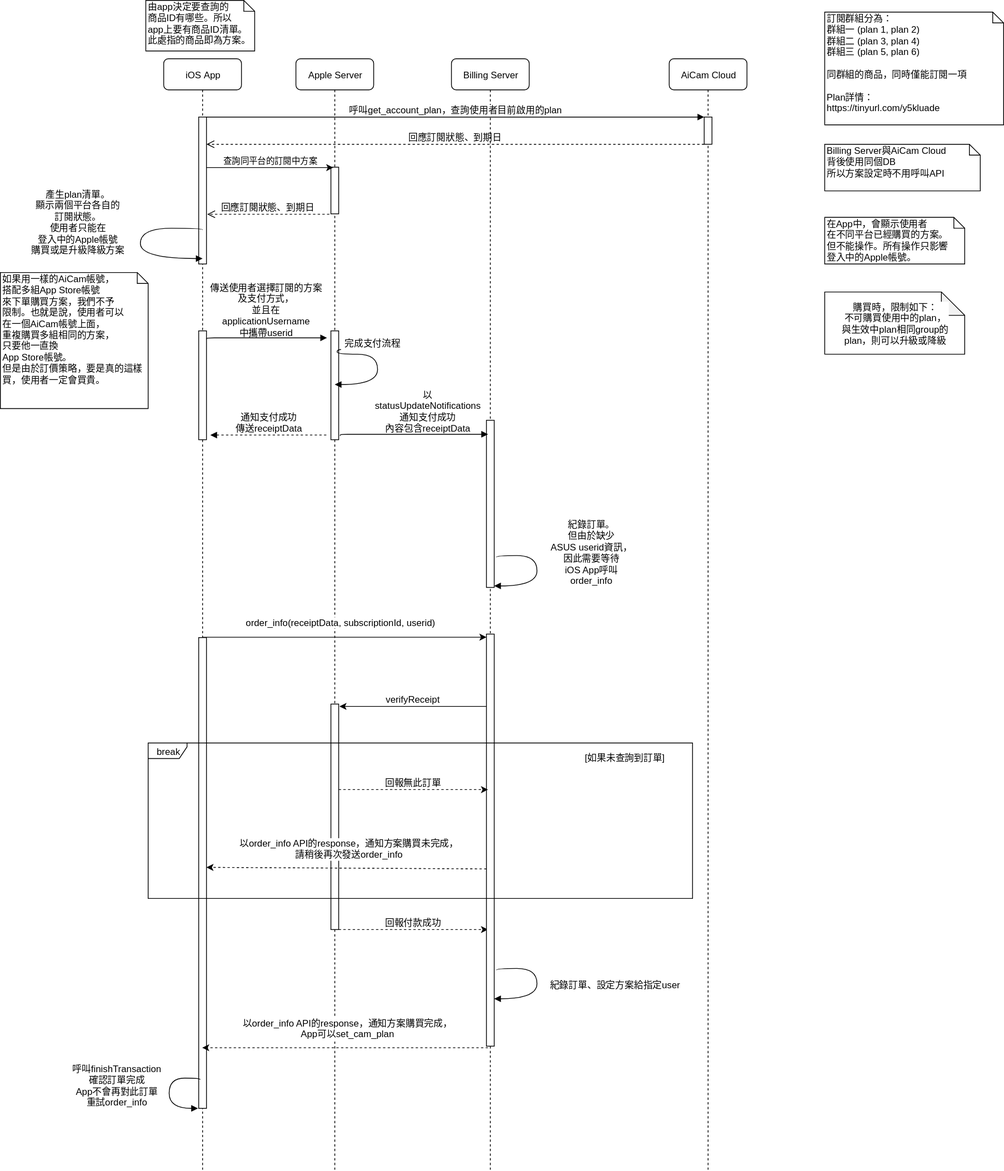
This is aicam_cloud_in_app_purchases-purchase (iOS).svg from buddisattva/aicam.github.io, a draw.io export, as it was before one commit. Source tidied: cells renumbered, new cells last; positions are measured from the earlier drawing's top-left corner, leaving out a move shared by most shapes.
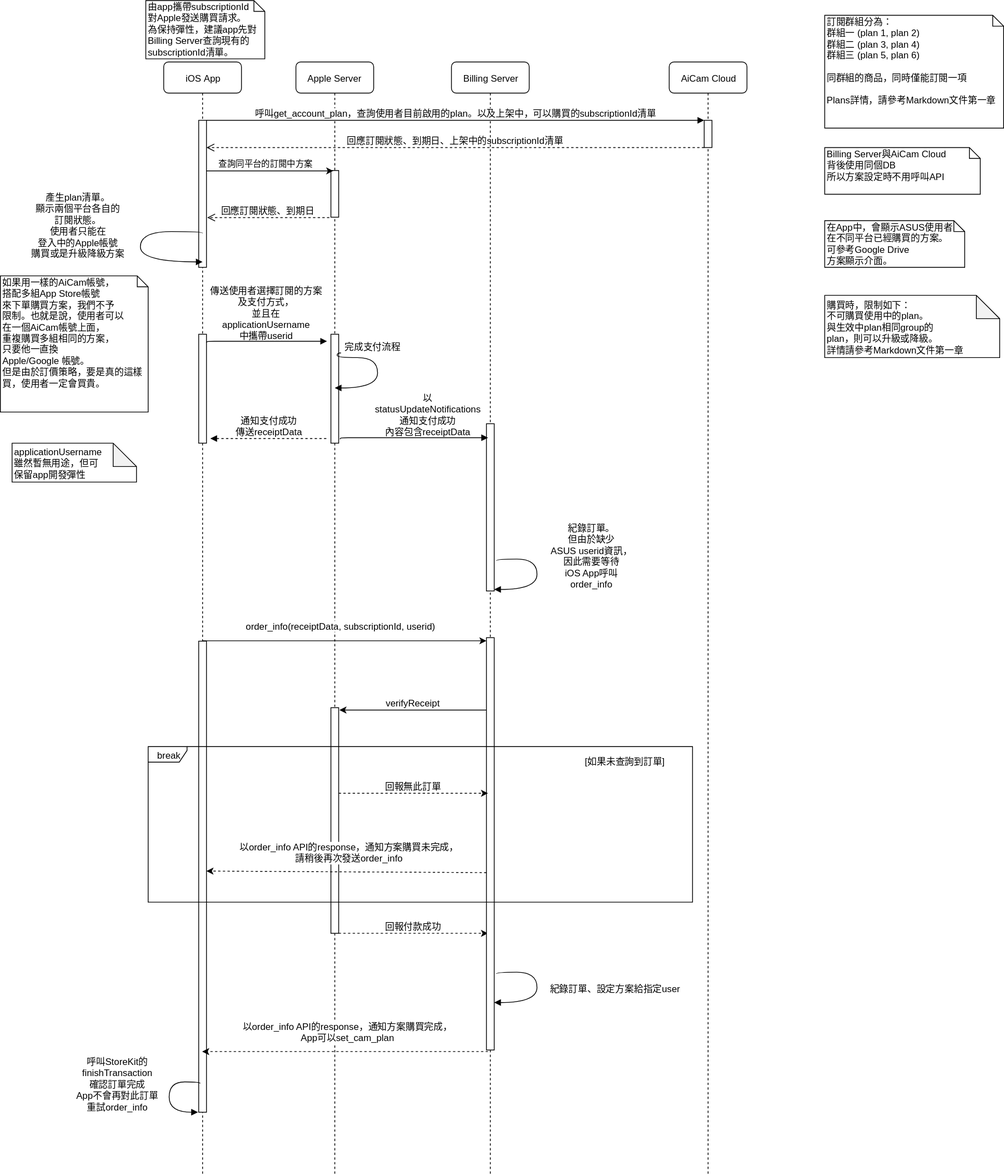
Later version of the same file.

Commit message:
Update purchasing flows.

Change to the diagram source:
```diff
@@ -47,10 +47,10 @@
     <mxCell id="13" style="html=1;perimeter=orthogonalPerimeter;rounded=0;shadow=0;comic=0;labelBackgroundColor=none;strokeColor=#000000;strokeWidth=1;fillColor=#FFFFFF;fontFamily=Helvetica;fontSize=12;fontColor=#000000;align=center;" parent="12" vertex="1">
       <mxGeometry y="-148.5" width="10" height="605.5" as="geometry" />
     </mxCell>
-    <mxCell id="14" value="由app決定要查詢的&lt;br&gt;商品ID有哪些。所以&lt;br&gt;app上要有商品ID清單。&lt;br&gt;此處指的商品即為方案。&lt;br&gt;" style="shape=note;whiteSpace=wrap;html=1;size=14;verticalAlign=top;align=left;spacingTop=-6;rounded=0;shadow=0;comic=0;labelBackgroundColor=none;strokeColor=#000000;strokeWidth=1;fillColor=#FFFFFF;fontFamily=Helvetica;fontSize=12;fontColor=#000000;" parent="1" vertex="1">
-      <mxGeometry x="187" width="140" height="65" as="geometry" />
+    <mxCell id="14" value="由app攜帶subscriptionId&lt;br&gt;對Apple發送購買請求。&lt;br&gt;為保持彈性，建議app先對&lt;br&gt;Billing Server查詢現有的&lt;br&gt;subscriptionId清單。&lt;br&gt;" style="shape=note;whiteSpace=wrap;html=1;size=14;verticalAlign=top;align=left;spacingTop=-6;rounded=0;shadow=0;comic=0;labelBackgroundColor=none;strokeColor=#000000;strokeWidth=1;fillColor=#FFFFFF;fontFamily=Helvetica;fontSize=12;fontColor=#000000;" parent="1" vertex="1">
+      <mxGeometry x="187" y="-4" width="153" height="75" as="geometry" />
     </mxCell>
-    <mxCell id="15" value="回應訂閱狀態、到期日" style="html=1;verticalAlign=bottom;endArrow=open;dashed=1;endSize=8;exitX=0;exitY=1;labelBackgroundColor=none;fontFamily=Helvetica;fontSize=12;exitDx=0;exitDy=0;exitPerimeter=0;" parent="1" edge="1">
+    <mxCell id="15" value="回應訂閱狀態、到期日、&lt;span&gt;上架中的subscriptionId清單&lt;/span&gt;" style="html=1;verticalAlign=bottom;endArrow=open;dashed=1;endSize=8;exitX=0;exitY=1;labelBackgroundColor=none;fontFamily=Helvetica;fontSize=12;exitDx=0;exitDy=0;exitPerimeter=0;" parent="1" edge="1">
       <mxGeometry relative="1" as="geometry">
         <mxPoint x="905" y="185" as="sourcePoint" />
         <mxPoint x="265" y="185" as="targetPoint" />
@@ -137,7 +137,7 @@
     <mxCell id="25" value="以order_info API的response，通知方案購買完成，&lt;br&gt;App可以set_cam_plan" style="endArrow=classic;html=1;labelBackgroundColor=#ffffff;fontFamily=Helvetica;fontSize=12;exitX=0.2;exitY=1.003;exitDx=0;exitDy=0;exitPerimeter=0;labelPosition=center;verticalLabelPosition=top;align=center;verticalAlign=bottom;dashed=1;" parent="1" edge="1" source="31" target="8">
       <mxGeometry x="-0.02" y="-9" relative="1" as="geometry" />
     </mxCell>
-    <mxCell id="26" value="訂閱群組分為：&lt;br&gt;群組一 (plan 1, plan 2)&lt;br&gt;群組二 (plan 3, plan 4)&lt;br&gt;群組三 (plan 5, plan 6)&lt;br&gt;&lt;br&gt;同群組的商品，同時僅能訂閱一項&lt;br&gt;&lt;br&gt;Plan詳情：&lt;br&gt;https://tinyurl.com/y5kluade&lt;br&gt;" style="shape=note;whiteSpace=wrap;html=1;size=14;verticalAlign=top;align=left;spacingTop=-6;rounded=0;shadow=0;comic=0;labelBackgroundColor=none;strokeColor=#000000;strokeWidth=1;fillColor=#FFFFFF;fontFamily=Helvetica;fontSize=12;fontColor=#000000;" parent="1" vertex="1">
+    <mxCell id="26" value="訂閱群組分為：&lt;br&gt;群組一 (plan 1, plan 2)&lt;br&gt;群組二 (plan 3, plan 4)&lt;br&gt;群組三 (plan 5, plan 6)&lt;br&gt;&lt;br&gt;同群組的商品，同時僅能訂閱一項&lt;br&gt;&lt;br&gt;Plans詳情，請參考Markdown文件第一章&lt;br&gt;" style="shape=note;whiteSpace=wrap;html=1;size=14;verticalAlign=top;align=left;spacingTop=-6;rounded=0;shadow=0;comic=0;labelBackgroundColor=none;strokeColor=#000000;strokeWidth=1;fillColor=#FFFFFF;fontFamily=Helvetica;fontSize=12;fontColor=#000000;" parent="1" vertex="1">
       <mxGeometry x="1060" y="15" width="230" height="145" as="geometry" />
     </mxCell>
     <mxCell id="27" value="AiCam Cloud" style="shape=umlLifeline;perimeter=lifelinePerimeter;whiteSpace=wrap;html=1;rounded=1;shadow=0;comic=0;labelBackgroundColor=none;strokeColor=#000000;strokeWidth=1;fillColor=#FFFFFF;fontFamily=Helvetica;fontSize=12;fontColor=#000000;align=center;" parent="1" vertex="1">
@@ -146,7 +146,7 @@
     <mxCell id="28" style="html=1;points=[];perimeter=orthogonalPerimeter;rounded=0;shadow=0;comic=0;labelBackgroundColor=none;strokeColor=#000000;strokeWidth=1;fillColor=#FFFFFF;fontFamily=Helvetica;fontSize=12;fontColor=#000000;align=center;" parent="27" vertex="1">
       <mxGeometry x="45" y="75" width="10" height="35" as="geometry" />
     </mxCell>
-    <mxCell id="29" value="呼叫get_account_plan，查詢使用者目前啟用的plan" style="html=1;verticalAlign=bottom;endArrow=block;entryX=0;entryY=0;labelBackgroundColor=#ffffff;fontFamily=Helvetica;fontSize=12;edgeStyle=elbowEdgeStyle;elbow=vertical;" parent="1" edge="1" target="28">
+    <mxCell id="29" value="呼叫get_account_plan，查詢使用者目前啟用的plan。以及上架中，可以購買的subscriptionId清單" style="html=1;verticalAlign=bottom;endArrow=block;entryX=0;entryY=0;labelBackgroundColor=#ffffff;fontFamily=Helvetica;fontSize=12;edgeStyle=elbowEdgeStyle;elbow=vertical;" parent="1" edge="1" target="28">
       <mxGeometry relative="1" as="geometry">
         <mxPoint x="265" y="150" as="sourcePoint" />
       </mxGeometry>
@@ -163,19 +163,16 @@
         <mxPoint x="428" y="215" as="targetPoint" />
       </mxGeometry>
     </mxCell>
-    <mxCell id="33" value="在App中，會顯示使用者&lt;br&gt;在不同平台已經購買的方案。&lt;br&gt;但不能操作。所有操作只影響&lt;br&gt;登入中的Apple帳號。&lt;br&gt;" style="shape=note;whiteSpace=wrap;html=1;size=14;verticalAlign=top;align=left;spacingTop=-6;rounded=0;shadow=0;comic=0;labelBackgroundColor=none;strokeColor=#000000;strokeWidth=1;fillColor=#FFFFFF;fontFamily=Helvetica;fontSize=12;fontColor=#000000;" parent="1" vertex="1">
+    <mxCell id="33" value="在App中，會顯示ASUS使用者&lt;br&gt;在不同平台已經購買的方案。&lt;br&gt;可參考Google Drive&lt;br&gt;方案顯示介面。&lt;br&gt;" style="shape=note;whiteSpace=wrap;html=1;size=14;verticalAlign=top;align=left;spacingTop=-6;rounded=0;shadow=0;comic=0;labelBackgroundColor=none;strokeColor=#000000;strokeWidth=1;fillColor=#FFFFFF;fontFamily=Helvetica;fontSize=12;fontColor=#000000;" parent="1" vertex="1">
       <mxGeometry x="1060" y="279" width="180" height="60" as="geometry" />
     </mxCell>
-    <mxCell id="34" value="購買時，限制如下：&lt;br&gt;不可購買使用中的plan，&lt;br&gt;與生效中plan相同group的&lt;br&gt;plan，則可以升級或降級" style="shape=note;whiteSpace=wrap;html=1;backgroundOutline=1;darkOpacity=0.05;labelBackgroundColor=#ffffff;fontFamily=Helvetica;" parent="1" vertex="1">
-      <mxGeometry x="1060" y="375" width="180" height="80" as="geometry" />
-    </mxCell>
     <mxCell id="35" value="回應訂閱狀態、到期日" style="html=1;verticalAlign=bottom;endArrow=open;dashed=1;endSize=8;exitX=0.1;exitY=0.958;labelBackgroundColor=none;fontFamily=Helvetica;fontSize=12;exitDx=0;exitDy=0;exitPerimeter=0;entryX=1.4;entryY=0.646;entryDx=0;entryDy=0;entryPerimeter=0;" parent="1" edge="1">
       <mxGeometry relative="1" as="geometry">
         <mxPoint x="423" y="275" as="sourcePoint" />
         <mxPoint x="266" y="275" as="targetPoint" />
       </mxGeometry>
     </mxCell>
-    <mxCell id="36" value="如果用一樣的AiCam帳號，&lt;br&gt;搭配多組App Store帳號&lt;br&gt;來下單購買方案，我們不予&lt;br&gt;限制。也就是說，使用者可以&lt;br&gt;在一個AiCam帳號上面，&lt;br&gt;重複購買多組相同的方案，&lt;br&gt;只要他一直換&lt;br&gt;App Store帳號。&lt;br&gt;但是由於訂價策略，要是真的這樣買，使用者一定會買貴。&lt;br&gt;" style="shape=note;whiteSpace=wrap;html=1;size=14;verticalAlign=top;align=left;spacingTop=-6;rounded=0;shadow=0;comic=0;labelBackgroundColor=none;strokeColor=#000000;strokeWidth=1;fillColor=#FFFFFF;fontFamily=Helvetica;fontSize=12;fontColor=#000000;" parent="1" vertex="1">
+    <mxCell id="36" value="如果用一樣的AiCam帳號，&lt;br&gt;搭配多組App Store帳號&lt;br&gt;來下單購買方案，我們不予&lt;br&gt;限制。也就是說，使用者可以&lt;br&gt;在一個AiCam帳號上面，&lt;br&gt;重複購買多組相同的方案，&lt;br&gt;只要他一直換&lt;br&gt;Apple/Google 帳號。&lt;br&gt;但是由於訂價策略，要是真的這樣買，使用者一定會買貴。&lt;br&gt;" style="shape=note;whiteSpace=wrap;html=1;size=14;verticalAlign=top;align=left;spacingTop=-6;rounded=0;shadow=0;comic=0;labelBackgroundColor=none;strokeColor=#000000;strokeWidth=1;fillColor=#FFFFFF;fontFamily=Helvetica;fontSize=12;fontColor=#000000;" parent="1" vertex="1">
       <mxGeometry y="350" width="190" height="175" as="geometry" />
     </mxCell>
     <mxCell id="37" value="[如果未查詢到訂單]" style="text;html=1;align=left;verticalAlign=top;spacingTop=-4;fontSize=12;fontFamily=Helvetica;" parent="1" vertex="1">
@@ -192,7 +189,7 @@
         <mxPoint x="265" y="1115" as="targetPoint" />
       </mxGeometry>
     </mxCell>
-    <mxCell id="40" value="呼叫finishTransaction&lt;br&gt;確認訂單完成&lt;br&gt;App不會再對此訂單&lt;br&gt;重試order_info&lt;br&gt;" style="html=1;verticalAlign=bottom;endArrow=block;labelBackgroundColor=none;fontFamily=Helvetica;fontSize=12;elbow=vertical;edgeStyle=orthogonalEdgeStyle;curved=1;exitX=1.3;exitY=0.171;exitPerimeter=0;exitDx=0;exitDy=0;" parent="1" edge="1">
+    <mxCell id="40" value="呼叫StoreKit的&lt;br&gt;finishTransaction&lt;br&gt;確認訂單完成&lt;br&gt;App不會再對此訂單&lt;br&gt;重試order_info&lt;br&gt;" style="html=1;verticalAlign=bottom;endArrow=block;labelBackgroundColor=none;fontFamily=Helvetica;fontSize=12;elbow=vertical;edgeStyle=orthogonalEdgeStyle;curved=1;exitX=1.3;exitY=0.171;exitPerimeter=0;exitDx=0;exitDy=0;" parent="1" edge="1">
       <mxGeometry x="0.37" y="-67" relative="1" as="geometry">
         <mxPoint x="257" y="1388" as="sourcePoint" />
         <mxPoint x="254" y="1425" as="targetPoint" />
@@ -207,5 +204,11 @@
     <mxCell id="41" value="break" style="shape=umlFrame;whiteSpace=wrap;html=1;width=50;height=20;fontFamily=Helvetica;" parent="1" vertex="1">
       <mxGeometry x="190" y="955" width="700" height="200" as="geometry" />
     </mxCell>
+    <mxCell id="42" value="&lt;span&gt;applicationUsername&lt;br&gt;雖然暫無用途，但可&lt;br&gt;保留app開發彈性&lt;/span&gt;" style="shape=note;whiteSpace=wrap;html=1;backgroundOutline=1;darkOpacity=0.05;align=left;" parent="1" vertex="1">
+      <mxGeometry x="15" y="565" width="160" height="50" as="geometry" />
+    </mxCell>
+    <mxCell id="43" value="購買時，限制如下：&lt;br&gt;不可購買使用中的plan。&lt;br&gt;與生效中plan相同group的&lt;br&gt;plan，則可以升級或降級。&lt;br&gt;詳情請參考Markdown文件第一章&lt;br&gt;" style="shape=note;whiteSpace=wrap;html=1;backgroundOutline=1;darkOpacity=0.05;labelBackgroundColor=#ffffff;fontFamily=Helvetica;labelPosition=center;verticalLabelPosition=middle;align=left;verticalAlign=middle;" parent="1" vertex="1">
+      <mxGeometry x="1060" y="375" width="225" height="80" as="geometry" />
+    </mxCell>
   </root>
 </mxGraphModel>
```
